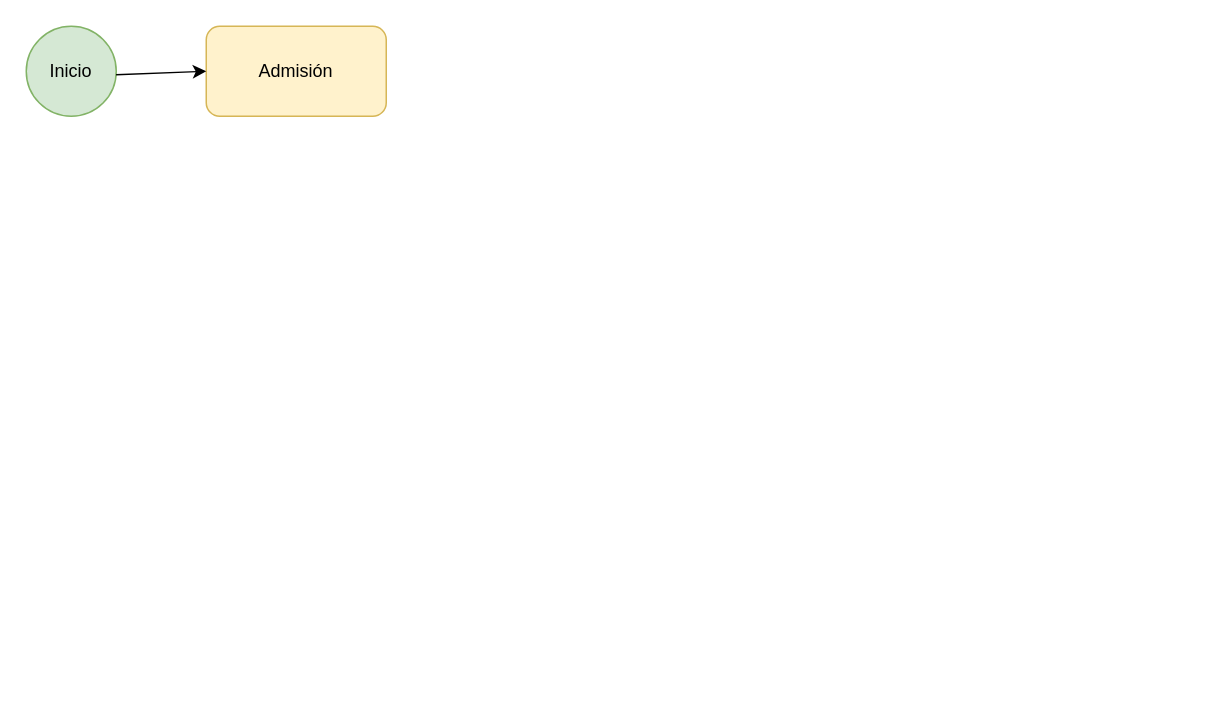
Above: page "Diagrama de Flujo de Historia Clinica" (5 of 6) of Untitled Diagram.drawio in marguello86/Equipo1_MINSA (draw.io), before the change. Source tidied: cells renumbered, new cells numbered last; positions are measured from the earlier drawing's top-left corner, leaving out a move shared by most shapes. Both pictures are drawn from the tidied source at 150%, with x=0, y=0 at pixel (26, 26).
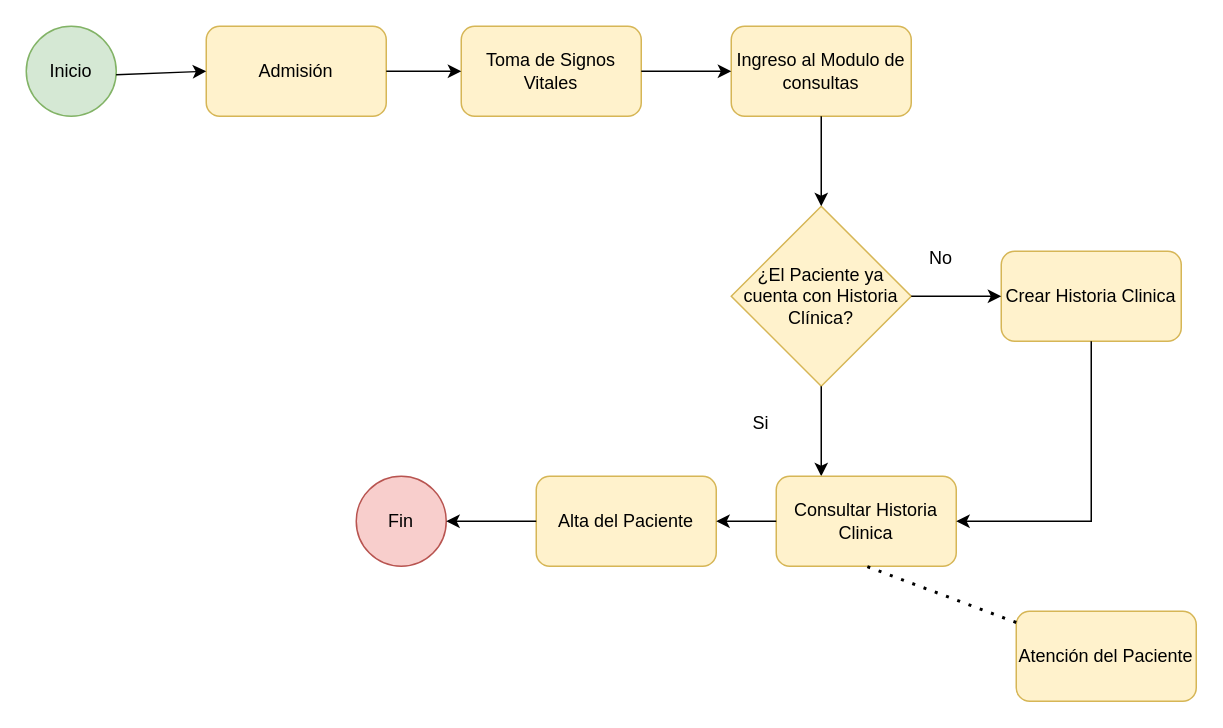
The same page after the edit.

The change refers to these unchanged cells:
```xml
<mxCell id="3" value="Admisión" style="rounded=1;whiteSpace=wrap;html=1;fillColor=#fff2cc;strokeColor=#d6b656;" parent="1" vertex="1">
  <mxGeometry x="120" width="120" height="60" as="geometry" />
</mxCell>
```

What changed in the source:
```diff
@@
+    <mxCell id="5" value="Toma de Signos Vitales" style="rounded=1;whiteSpace=wrap;html=1;fillColor=#fff2cc;strokeColor=#d6b656;" parent="1" vertex="1">
+      <mxGeometry x="290" width="120" height="60" as="geometry" />
+    </mxCell>
+    <mxCell id="6" style="endArrow=classic;html=1;rounded=0;exitX=1;exitY=0.5;exitDx=0;exitDy=0;" parent="1" edge="1" source="3" target="5">
+      <mxGeometry relative="1" as="geometry" />
+    </mxCell>
+    <mxCell id="7" value="Ingreso al Modulo de consultas" style="rounded=1;whiteSpace=wrap;html=1;fillColor=#fff2cc;strokeColor=#d6b656;" parent="1" vertex="1">
+      <mxGeometry x="470" width="120" height="60" as="geometry" />
+    </mxCell>
+    <mxCell id="8" style="endArrow=classic;html=1;rounded=0;exitX=1;exitY=0.5;exitDx=0;exitDy=0;" parent="1" edge="1" source="5" target="7">
+      <mxGeometry relative="1" as="geometry" />
+    </mxCell>
+    <mxCell id="9" value="¿El Paciente ya cuenta con Historia Clínica?" style="rhombus;whiteSpace=wrap;html=1;fillColor=#fff2cc;strokeColor=#d6b656;" parent="1" vertex="1">
+      <mxGeometry x="470" y="120" width="120" height="120" as="geometry" />
+    </mxCell>
+    <mxCell id="10" style="endArrow=classic;html=1;rounded=0;" parent="1" edge="1" source="7" target="9">
+      <mxGeometry relative="1" as="geometry" />
+    </mxCell>
+    <mxCell id="11" value="Si" style="text;html=1;strokeColor=none;fillColor=none;align=center;verticalAlign=middle;whiteSpace=wrap;rounded=0;" parent="1" vertex="1">
+      <mxGeometry x="460" y="250" width="60" height="30" as="geometry" />
+    </mxCell>
+    <mxCell id="12" value="No" style="text;html=1;strokeColor=none;fillColor=none;align=center;verticalAlign=middle;whiteSpace=wrap;rounded=0;" parent="1" vertex="1">
+      <mxGeometry x="580" y="140" width="60" height="30" as="geometry" />
+    </mxCell>
+    <mxCell id="13" style="endArrow=classic;html=1;rounded=0;exitX=0.5;exitY=1;exitDx=0;exitDy=0;" parent="1" edge="1" source="9">
+      <mxGeometry relative="1" as="geometry">
+        <mxPoint x="530" y="300" as="targetPoint" />
+      </mxGeometry>
+    </mxCell>
+    <mxCell id="14" value="Crear Historia Clinica" style="rounded=1;whiteSpace=wrap;html=1;fillColor=#fff2cc;strokeColor=#d6b656;" parent="1" vertex="1">
+      <mxGeometry x="650" y="150" width="120" height="60" as="geometry" />
+    </mxCell>
+    <mxCell id="15" style="endArrow=classic;html=1;rounded=0;exitX=1;exitY=0.5;exitDx=0;exitDy=0;" parent="1" edge="1" source="9" target="14">
+      <mxGeometry relative="1" as="geometry" />
+    </mxCell>
+    <mxCell id="16" value="Consultar Historia Clinica" style="rounded=1;whiteSpace=wrap;html=1;fillColor=#fff2cc;strokeColor=#d6b656;" parent="1" vertex="1">
+      <mxGeometry x="500" y="300" width="120" height="60" as="geometry" />
+    </mxCell>
+    <mxCell id="17" style="endArrow=classic;html=1;rounded=0;" parent="1" edge="1" source="14" target="16">
+      <mxGeometry relative="1" as="geometry">
+        <Array as="points">
+          <mxPoint x="710" y="330" />
+        </Array>
+      </mxGeometry>
+    </mxCell>
+    <mxCell id="18" value="Atención del Paciente" style="rounded=1;whiteSpace=wrap;html=1;fillColor=#fff2cc;strokeColor=#d6b656;" parent="1" vertex="1">
+      <mxGeometry x="660" y="390" width="120" height="60" as="geometry" />
+    </mxCell>
+    <mxCell id="19" style="endArrow=none;dashed=1;html=1;dashPattern=1 3;strokeWidth=2;rounded=0;entryX=0.5;entryY=1;entryDx=0;entryDy=0;" parent="1" edge="1" source="18" target="16">
+      <mxGeometry relative="1" as="geometry" />
+    </mxCell>
+    <mxCell id="20" value="Alta del Paciente" style="rounded=1;whiteSpace=wrap;html=1;fillColor=#fff2cc;strokeColor=#d6b656;" parent="1" vertex="1">
+      <mxGeometry x="340" y="300" width="120" height="60" as="geometry" />
+    </mxCell>
+    <mxCell id="21" style="endArrow=classic;html=1;rounded=0;entryX=1;entryY=0.5;entryDx=0;entryDy=0;" parent="1" edge="1" source="16" target="20">
+      <mxGeometry relative="1" as="geometry" />
+    </mxCell>
+    <mxCell id="22" value="Fin" style="ellipse;whiteSpace=wrap;html=1;fillColor=#f8cecc;strokeColor=#b85450;" parent="1" vertex="1">
+      <mxGeometry x="220" y="300" width="60" height="60" as="geometry" />
+    </mxCell>
+    <mxCell id="23" style="endArrow=classic;html=1;rounded=0;exitX=0;exitY=0.5;exitDx=0;exitDy=0;" parent="1" edge="1" source="20" target="22">
+      <mxGeometry relative="1" as="geometry" />
+    </mxCell>
```
